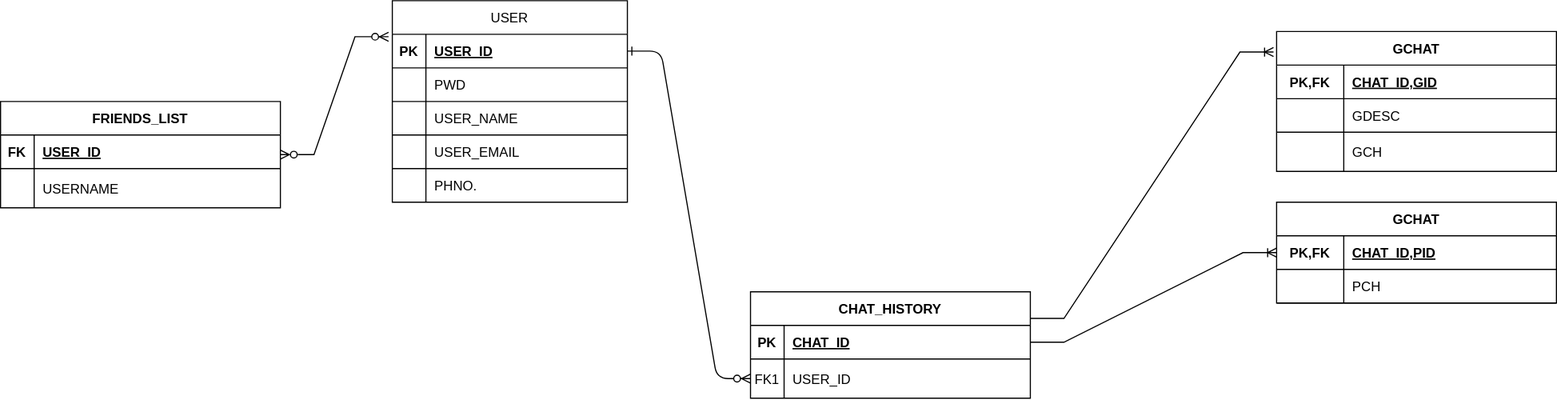
Before: Untitled Diagram.drawio.svg, a diagram exported from draw.io (Vaishakh-Nambiar/CGKG). Source tidied: cells renumbered, new cells last; positions are measured from the earlier drawing's top-left corner, leaving out a move shared by most shapes.
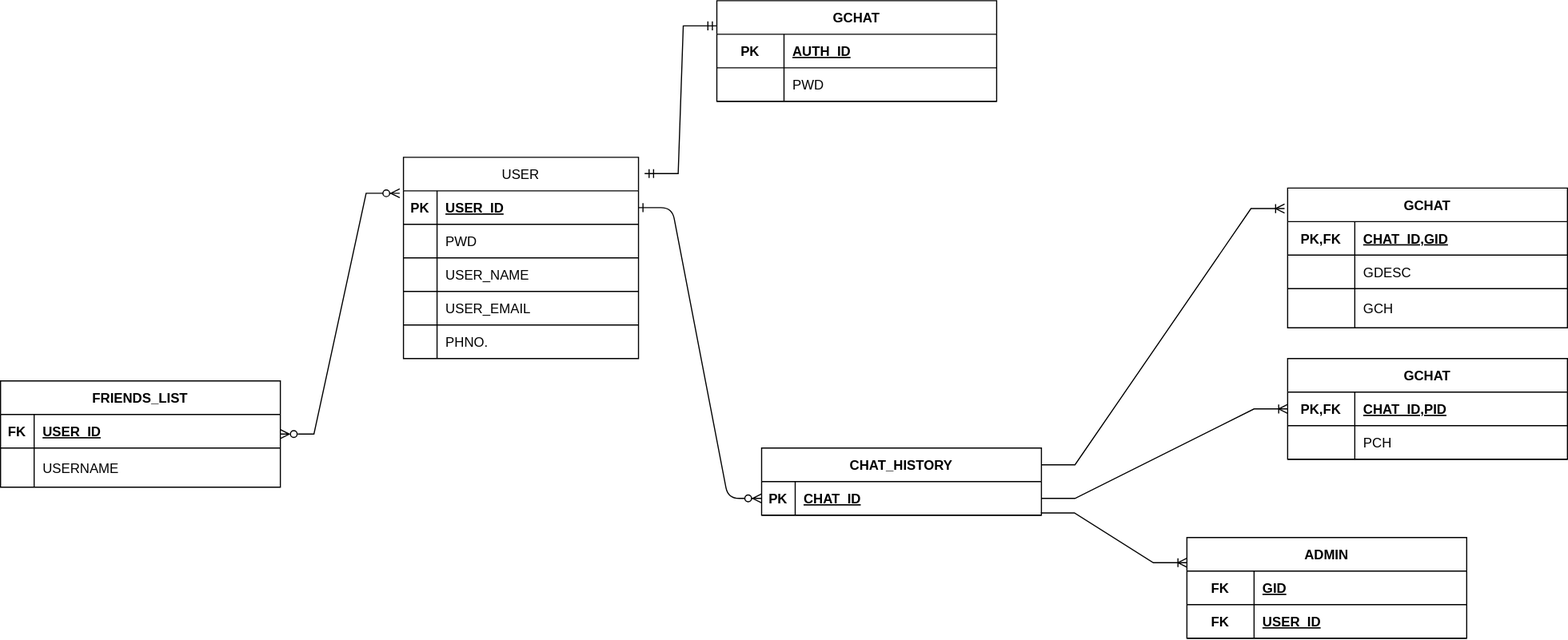
Later version of the same file.

Change to the diagram source:
```diff
@@ -2,11 +2,11 @@
   <root>
     <mxCell id="0" />
     <mxCell id="1" parent="0" />
-    <mxCell id="2" style="edgeStyle=entityRelationEdgeStyle;endArrow=ERzeroToMany;startArrow=ERone;endFill=1;startFill=0;" parent="1" edge="1" source="11" target="7">
+    <mxCell id="2" style="edgeStyle=entityRelationEdgeStyle;endArrow=ERzeroToMany;startArrow=ERone;endFill=1;startFill=0;entryX=0;entryY=0.5;entryDx=0;entryDy=0;" parent="1" edge="1" source="11" target="4">
       <mxGeometry relative="1" as="geometry" />
     </mxCell>
     <mxCell id="3" value="CHAT_HISTORY" style="shape=table;startSize=30;rowLines=0;fontStyle=1;align=center;" parent="1" vertex="1">
-      <mxGeometry x="670" y="260" width="250" height="95" as="geometry" />
+      <mxGeometry x="670" y="260" width="250" height="60" as="geometry" />
     </mxCell>
     <mxCell id="4" style="shape=partialRectangle;fillColor=none;points=[[0,0.5],[1,0.5]];portConstraint=eastwest;top=0;left=0;right=0;bottom=1;" parent="3" vertex="1">
       <mxGeometry y="30" width="250" height="30" as="geometry" />
@@ -17,15 +17,6 @@
     <mxCell id="6" value="CHAT_ID" style="shape=partialRectangle;overflow=hidden;fillColor=none;top=0;left=0;bottom=0;right=0;align=left;spacingLeft=6;fontStyle=5;" parent="4" vertex="1">
       <mxGeometry x="30" width="220" height="30" as="geometry" />
     </mxCell>
-    <mxCell id="7" style="shape=partialRectangle;fillColor=none;points=[[0,0.5],[1,0.5]];portConstraint=eastwest;top=0;left=0;right=0;bottom=0;" parent="3" vertex="1">
-      <mxGeometry y="60" width="250" height="35" as="geometry" />
-    </mxCell>
-    <mxCell id="8" value="FK1" style="shape=partialRectangle;overflow=hidden;fillColor=none;top=0;left=0;bottom=0;right=0;" parent="7" vertex="1">
-      <mxGeometry width="30" height="35" as="geometry" />
-    </mxCell>
-    <mxCell id="9" value="USER_ID" style="shape=partialRectangle;overflow=hidden;fillColor=none;top=0;left=0;bottom=0;right=0;align=left;spacingLeft=6;" parent="7" vertex="1">
-      <mxGeometry x="30" width="220" height="35" as="geometry" />
-    </mxCell>
     <mxCell id="10" value="USER" style="shape=table;startSize=30;rowLines=0;fontStyle=0;align=center;" parent="1" vertex="1">
       <mxGeometry x="350" width="210" height="180" as="geometry" />
     </mxCell>
@@ -135,7 +126,7 @@
       <mxGeometry relative="1" as="geometry" />
     </mxCell>
     <mxCell id="46" value="FRIENDS_LIST" style="shape=table;startSize=30;rowLines=0;fontStyle=1;align=center;" parent="1" vertex="1">
-      <mxGeometry y="90" width="250" height="95" as="geometry" />
+      <mxGeometry x="-10" y="200" width="250" height="95" as="geometry" />
     </mxCell>
     <mxCell id="47" style="shape=partialRectangle;fillColor=none;top=0;left=0;right=0;bottom=1;" parent="46" vertex="1">
       <mxGeometry y="30" width="250" height="30" as="geometry" />
@@ -155,5 +146,56 @@
     <mxCell id="52" value="USERNAME" style="shape=partialRectangle;overflow=hidden;fillColor=none;top=0;left=0;bottom=0;right=0;align=left;spacingLeft=6;" parent="50" vertex="1">
       <mxGeometry x="30" width="220" height="35" as="geometry" />
     </mxCell>
+    <mxCell id="53" style="edgeStyle=entityRelationEdgeStyle;fontSize=12;html=1;endArrow=ERzeroToMany;endFill=1;rounded=0;entryX=-0.009;entryY=0.281;entryDx=0;entryDy=0;exitX=1;exitY=0.5;exitDx=0;exitDy=0;entryPerimeter=0;" parent="1" edge="1" source="50" target="x">
+      <mxGeometry relative="1" as="geometry" />
+    </mxCell>
+    <mxCell id="54" style="edgeStyle=entityRelationEdgeStyle;fontSize=12;html=1;endArrow=ERoneToMany;rounded=0;exitX=0.998;exitY=0.935;exitDx=0;exitDy=0;exitPerimeter=0;entryX=0;entryY=0.25;entryDx=0;entryDy=0;" parent="1" edge="1" source="4" target="55">
+      <mxGeometry relative="1" as="geometry" />
+    </mxCell>
+    <mxCell id="55" value="ADMIN" style="shape=table;startSize=30;rowLines=0;fontStyle=1;align=center;" parent="1" vertex="1">
+      <mxGeometry x="1050" y="340" width="250" height="90" as="geometry" />
+    </mxCell>
+    <mxCell id="56" style="shape=partialRectangle;fillColor=none;top=0;left=0;right=0;bottom=1;" parent="55" vertex="1">
+      <mxGeometry y="30" width="250" height="30" as="geometry" />
+    </mxCell>
+    <mxCell id="57" value="FK" style="shape=partialRectangle;overflow=hidden;fillColor=none;top=0;left=0;bottom=0;right=0;fontStyle=1;" parent="56" vertex="1">
+      <mxGeometry width="60" height="30" as="geometry" />
+    </mxCell>
+    <mxCell id="58" value="GID" style="shape=partialRectangle;overflow=hidden;fillColor=none;top=0;left=0;bottom=0;right=0;align=left;spacingLeft=6;fontStyle=5;" parent="56" vertex="1">
+      <mxGeometry x="60" width="190" height="30" as="geometry" />
+    </mxCell>
+    <mxCell id="59" style="shape=partialRectangle;fillColor=none;top=0;left=0;right=0;bottom=1;" parent="55" vertex="1">
+      <mxGeometry y="60" width="250" height="30" as="geometry" />
+    </mxCell>
+    <mxCell id="60" value="FK" style="shape=partialRectangle;overflow=hidden;fillColor=none;top=0;left=0;bottom=0;right=0;fontStyle=1;" parent="59" vertex="1">
+      <mxGeometry width="60" height="30" as="geometry" />
+    </mxCell>
+    <mxCell id="9" value="USER_ID" style="shape=partialRectangle;overflow=hidden;fillColor=none;top=0;left=0;bottom=0;right=0;align=left;spacingLeft=6;fontStyle=5;" parent="59" vertex="1">
+      <mxGeometry x="60" width="190" height="30" as="geometry" />
+    </mxCell>
+    <mxCell id="61" value="GCHAT" style="shape=table;startSize=30;rowLines=0;fontStyle=1;align=center;" parent="1" vertex="1">
+      <mxGeometry x="630" y="-140" width="250" height="90" as="geometry" />
+    </mxCell>
+    <mxCell id="62" style="shape=partialRectangle;fillColor=none;top=0;left=0;right=0;bottom=1;" parent="61" vertex="1">
+      <mxGeometry y="30" width="250" height="30" as="geometry" />
+    </mxCell>
+    <mxCell id="63" value="PK" style="shape=partialRectangle;overflow=hidden;fillColor=none;top=0;left=0;bottom=0;right=0;fontStyle=1;" parent="62" vertex="1">
+      <mxGeometry width="60" height="30" as="geometry" />
+    </mxCell>
+    <mxCell id="64" value="AUTH_ID" style="shape=partialRectangle;overflow=hidden;fillColor=none;top=0;left=0;bottom=0;right=0;align=left;spacingLeft=6;fontStyle=5;" parent="62" vertex="1">
+      <mxGeometry x="60" width="190" height="30" as="geometry" />
+    </mxCell>
+    <mxCell id="65" style="shape=partialRectangle;fillColor=none;top=0;left=0;right=0;bottom=1;" parent="61" vertex="1">
+      <mxGeometry y="60" width="250" height="30" as="geometry" />
+    </mxCell>
+    <mxCell id="66" style="shape=partialRectangle;overflow=hidden;fillColor=none;top=0;left=0;bottom=0;right=0;fontStyle=1;" parent="65" vertex="1">
+      <mxGeometry width="60" height="30" as="geometry" />
+    </mxCell>
+    <mxCell id="67" value="PWD" style="shape=partialRectangle;overflow=hidden;fillColor=none;top=0;left=0;bottom=0;right=0;align=left;spacingLeft=6;fontStyle=0;" parent="65" vertex="1">
+      <mxGeometry x="60" width="190" height="30" as="geometry" />
+    </mxCell>
+    <mxCell id="68" style="edgeStyle=entityRelationEdgeStyle;fontSize=12;html=1;endArrow=ERmandOne;startArrow=ERmandOne;rounded=0;entryX=0;entryY=0.25;entryDx=0;entryDy=0;exitX=1.026;exitY=0.081;exitDx=0;exitDy=0;exitPerimeter=0;" parent="1" edge="1" source="10" target="61">
+      <mxGeometry relative="1" as="geometry" />
+    </mxCell>
   </root>
 </mxGraphModel>
```
